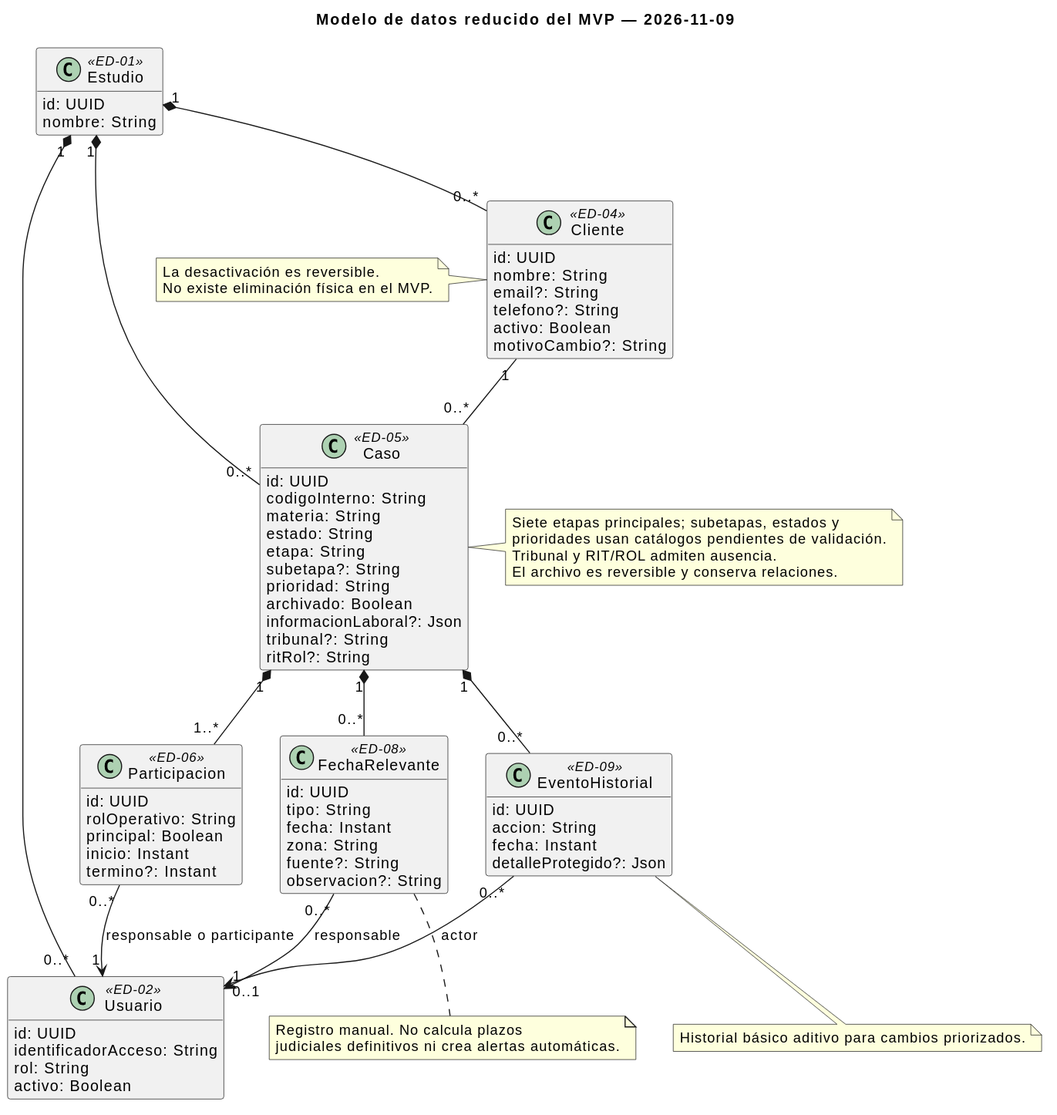
Earlier version of the PlantUML export docs/diagrams/rendered/mvp-data-model.svg (DerSarco/sistema-gestion-casos-juridicos).
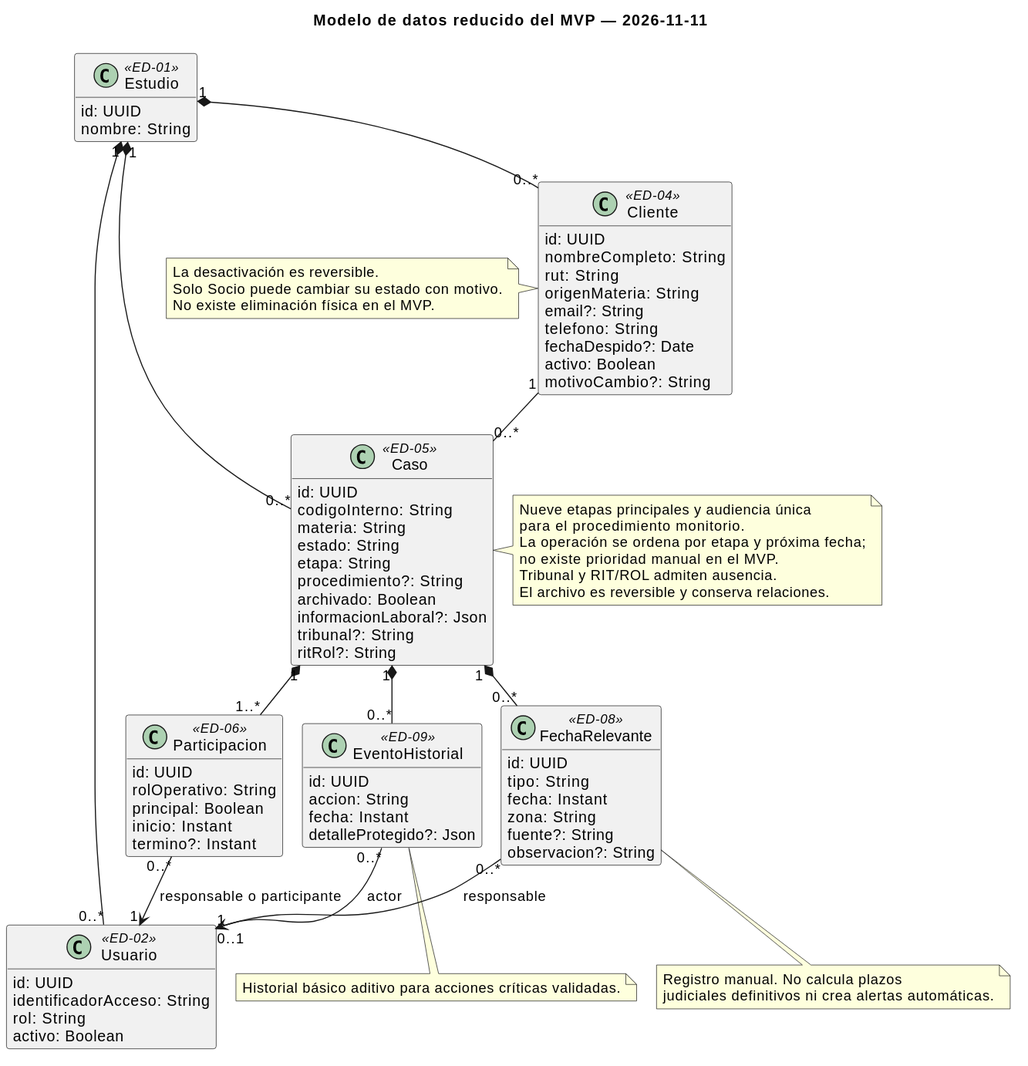
The same file after the commit.

Change to the diagram source:
```diff
@@ -3,7 +3,7 @@
 skinparam shadowing false
 skinparam classAttributeIconSize 0
 hide methods
-title Modelo de datos reducido del MVP — 2026-11-09
+title Modelo de datos reducido del MVP — 2026-11-11
 
 class Estudio <<ED-01>> {
   id: UUID
@@ -17,9 +17,12 @@
 }
 class Cliente <<ED-04>> {
   id: UUID
-  nombre: String
+  nombreCompleto: String
+  rut: String
+  origenMateria: String
   email?: String
-  telefono?: String
+  telefono: String
+  fechaDespido?: Date
   activo: Boolean
   motivoCambio?: String
 }
@@ -29,8 +32,7 @@
   materia: String
   estado: String
   etapa: String
-  subetapa?: String
-  prioridad: String
+  procedimiento?: String
   archivado: Boolean
   informacionLaboral?: Json
   tribunal?: String
@@ -70,13 +72,16 @@
 EventoHistorial "0..*" --> "0..1" Usuario : actor
 
 note right of Caso
-  Siete etapas principales; subetapas, estados y
-  prioridades usan catálogos pendientes de validación.
+  Nueve etapas principales y audiencia única
+  para el procedimiento monitorio.
+  La operación se ordena por etapa y próxima fecha;
+  no existe prioridad manual en el MVP.
   Tribunal y RIT/ROL admiten ausencia.
   El archivo es reversible y conserva relaciones.
 end note
 note left of Cliente
   La desactivación es reversible.
+  Solo Socio puede cambiar su estado con motivo.
   No existe eliminación física en el MVP.
 end note
 note bottom of FechaRelevante
@@ -84,6 +89,6 @@
   judiciales definitivos ni crea alertas automáticas.
 end note
 note bottom of EventoHistorial
-  Historial básico aditivo para cambios priorizados.
+  Historial básico aditivo para acciones críticas validadas.
 end note
 @enduml
```
